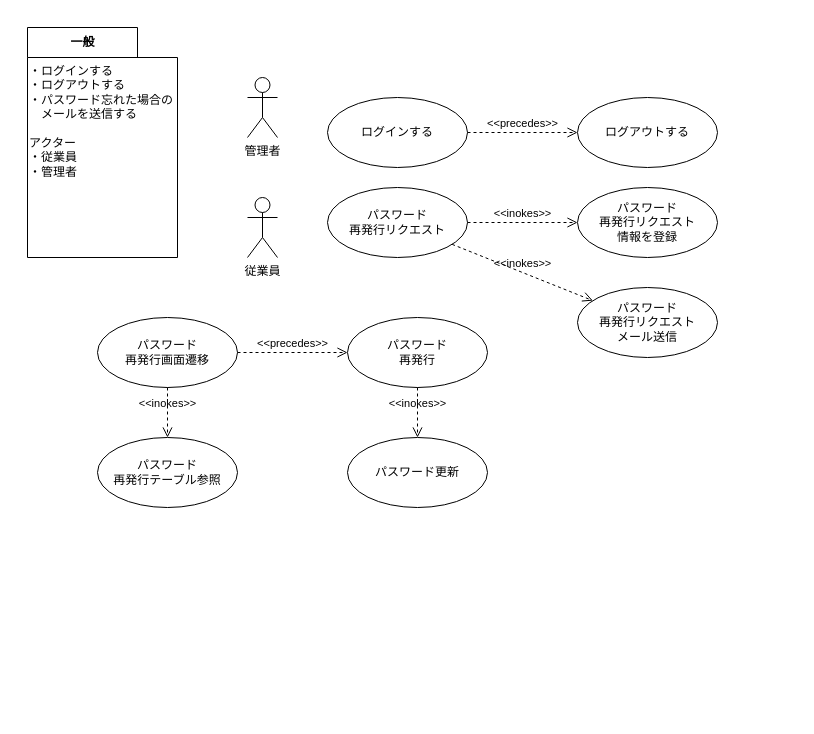
Earlier version of the draw.io diagram drawio/account_manager/auth.dio (takashiraki/github_image). Source tidied: cells renumbered, new cells numbered last; positions are measured from the earlier drawing's top-left corner, leaving out a move shared by most shapes. Both pictures are drawn from the tidied source at 100%, with x=0, y=0 at pixel (17, 17).
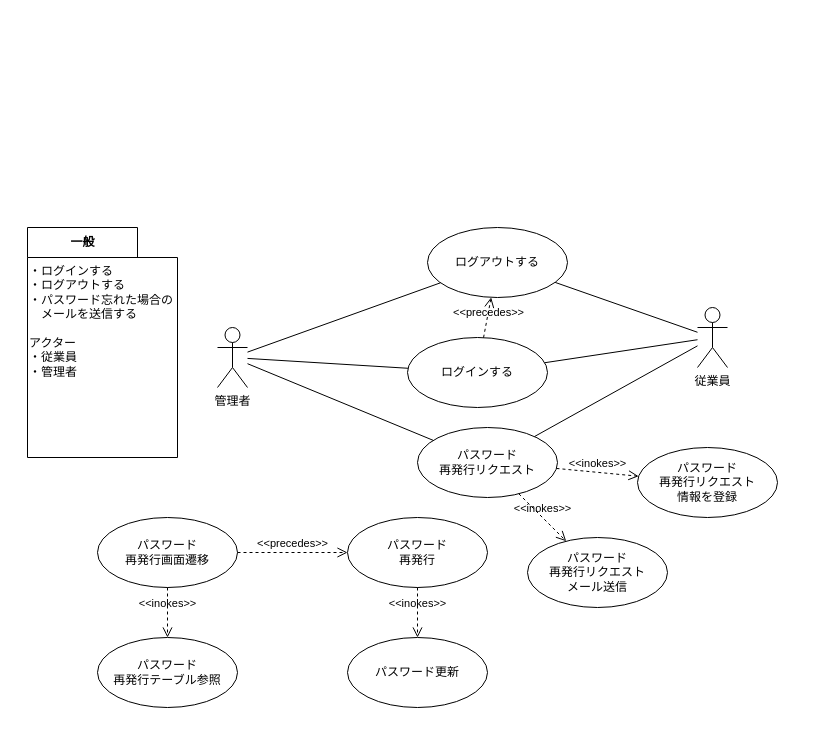
After the change.

Change to the diagram source:
```diff
@@
     <mxCell id="2" style="rounded=0;whiteSpace=wrap;html=1;strokeColor=none;" parent="1" vertex="1">
-      <mxGeometry width="780" height="490" as="geometry" />
+      <mxGeometry y="200" width="780" height="500" as="geometry" />
     </mxCell>
     <mxCell id="3" value="管理者" style="shape=umlActor;verticalLabelPosition=bottom;verticalAlign=top;html=1;outlineConnect=0;" parent="1" vertex="1">
-      <mxGeometry x="230" y="60" width="30" height="60" as="geometry" />
+      <mxGeometry x="200" y="310" width="30" height="60" as="geometry" />
     </mxCell>
     <mxCell id="4" value="ログインする" style="ellipse;whiteSpace=wrap;html=1;" parent="1" vertex="1">
-      <mxGeometry x="310" y="80" width="140" height="70" as="geometry" />
+      <mxGeometry x="390" y="320" width="140" height="70" as="geometry" />
     </mxCell>
     <mxCell id="5" value="従業員" style="shape=umlActor;verticalLabelPosition=bottom;verticalAlign=top;html=1;outlineConnect=0;" parent="1" vertex="1">
-      <mxGeometry x="230" y="180" width="30" height="60" as="geometry" />
+      <mxGeometry x="680" y="290" width="30" height="60" as="geometry" />
     </mxCell>
     <mxCell id="6" value="ログアウトする" style="ellipse;whiteSpace=wrap;html=1;" parent="1" vertex="1">
-      <mxGeometry x="560" y="80" width="140" height="70" as="geometry" />
+      <mxGeometry x="410" y="210" width="140" height="70" as="geometry" />
     </mxCell>
     <mxCell id="7" value="パスワード&lt;br&gt;再発行リクエスト" style="ellipse;whiteSpace=wrap;html=1;" parent="1" vertex="1">
-      <mxGeometry x="310" y="170" width="140" height="70" as="geometry" />
+      <mxGeometry x="400" y="410" width="140" height="70" as="geometry" />
     </mxCell>
-    <mxCell id="8" value="&amp;lt;&amp;lt;precedes&amp;gt;&amp;gt;" style="endArrow=open;startArrow=none;endFill=0;startFill=0;endSize=8;html=1;verticalAlign=bottom;dashed=1;labelBackgroundColor=none;" parent="1" edge="1" source="4" target="6">
-      <mxGeometry relative="1" as="geometry" />
-    </mxCell>
     <mxCell id="9" value="パスワード&lt;br&gt;再発行リクエスト&lt;br&gt;情報を登録" style="ellipse;whiteSpace=wrap;html=1;" parent="1" vertex="1">
-      <mxGeometry x="560" y="170" width="140" height="70" as="geometry" />
+      <mxGeometry x="620" y="430" width="140" height="70" as="geometry" />
     </mxCell>
@@
     <mxCell id="11" value="一般" style="shape=folder;fontStyle=1;tabWidth=110;tabHeight=30;tabPosition=left;html=1;boundedLbl=1;labelInHeader=1;" parent="1" vertex="1">
-      <mxGeometry x="10" y="10" width="150" height="230" as="geometry" />
+      <mxGeometry x="10" y="210" width="150" height="230" as="geometry" />
     </mxCell>
@@
     <mxCell id="13" value="パスワード&lt;br&gt;再発行画面遷移" style="ellipse;whiteSpace=wrap;html=1;" parent="1" vertex="1">
-      <mxGeometry x="80" y="300" width="140" height="70" as="geometry" />
+      <mxGeometry x="80" y="500" width="140" height="70" as="geometry" />
     </mxCell>
     <mxCell id="14" value="パスワード&lt;br&gt;再発行" style="ellipse;whiteSpace=wrap;html=1;" parent="1" vertex="1">
-      <mxGeometry x="330" y="300" width="140" height="70" as="geometry" />
+      <mxGeometry x="330" y="500" width="140" height="70" as="geometry" />
     </mxCell>
     <mxCell id="15" value="パスワード&lt;br&gt;再発行テーブル参照" style="ellipse;whiteSpace=wrap;html=1;" parent="1" vertex="1">
-      <mxGeometry x="80" y="420" width="140" height="70" as="geometry" />
+      <mxGeometry x="80" y="620" width="140" height="70" as="geometry" />
     </mxCell>
     <mxCell id="16" value="パスワード更新" style="ellipse;whiteSpace=wrap;html=1;" parent="1" vertex="1">
-      <mxGeometry x="330" y="420" width="140" height="70" as="geometry" />
+      <mxGeometry x="330" y="620" width="140" height="70" as="geometry" />
     </mxCell>
@@
     <mxCell id="20" value="パスワード&lt;br&gt;再発行リクエスト&lt;br&gt;メール送信" style="ellipse;whiteSpace=wrap;html=1;" parent="1" vertex="1">
-      <mxGeometry x="560" y="270" width="140" height="70" as="geometry" />
+      <mxGeometry x="510" y="520" width="140" height="70" as="geometry" />
     </mxCell>
@@
+    <mxCell id="22" style="endArrow=none;html=1;" parent="1" edge="1" source="6" target="3">
+      <mxGeometry relative="1" as="geometry" />
+    </mxCell>
+    <mxCell id="23" style="endArrow=none;html=1;" parent="1" edge="1" source="4" target="3">
+      <mxGeometry relative="1" as="geometry" />
+    </mxCell>
+    <mxCell id="24" style="endArrow=none;html=1;" parent="1" edge="1" source="4" target="5">
+      <mxGeometry relative="1" as="geometry" />
+    </mxCell>
+    <mxCell id="25" style="endArrow=none;html=1;" parent="1" edge="1" source="6" target="5">
+      <mxGeometry relative="1" as="geometry" />
+    </mxCell>
+    <mxCell id="8" value="&amp;lt;&amp;lt;precedes&amp;gt;&amp;gt;" style="endArrow=open;startArrow=none;endFill=0;startFill=0;endSize=8;html=1;verticalAlign=bottom;dashed=1;labelBackgroundColor=none;" parent="1" edge="1" source="4" target="6">
+      <mxGeometry x="-0.15" y="-2" relative="1" as="geometry" />
+    </mxCell>
+    <mxCell id="26" style="endArrow=none;html=1;" parent="1" edge="1" source="7" target="5">
+      <mxGeometry relative="1" as="geometry" />
+    </mxCell>
+    <mxCell id="27" style="endArrow=none;html=1;" parent="1" edge="1" source="7" target="3">
+      <mxGeometry relative="1" as="geometry" />
+    </mxCell>
```
